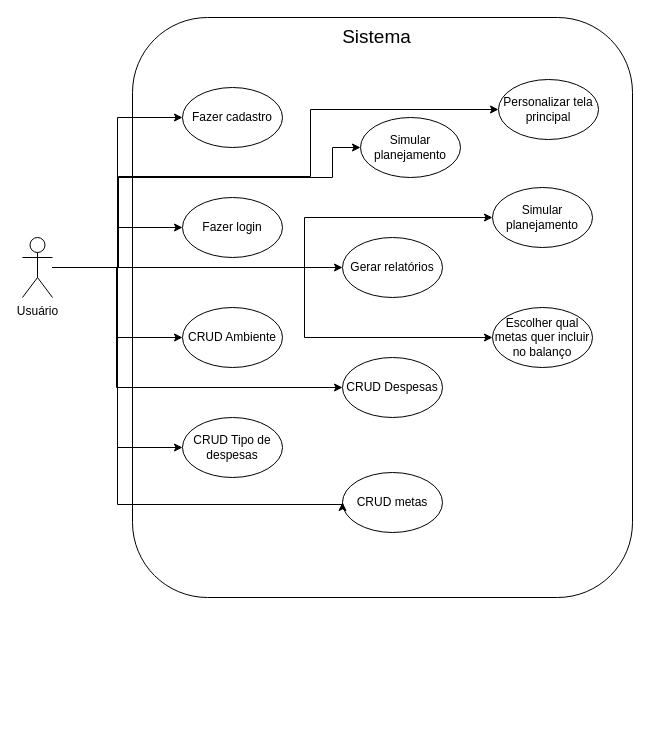
This is DiagramaCasoDeUso.drawio from JuliaSilvass/financial, a draw.io file, before an edit. Source tidied: cells renumbered, new cells numbered last; positions are measured from the earlier drawing's top-left corner, leaving out a move shared by most shapes. Both pictures are drawn from the tidied source at 100%, with x=0, y=0 at pixel (22, 17).
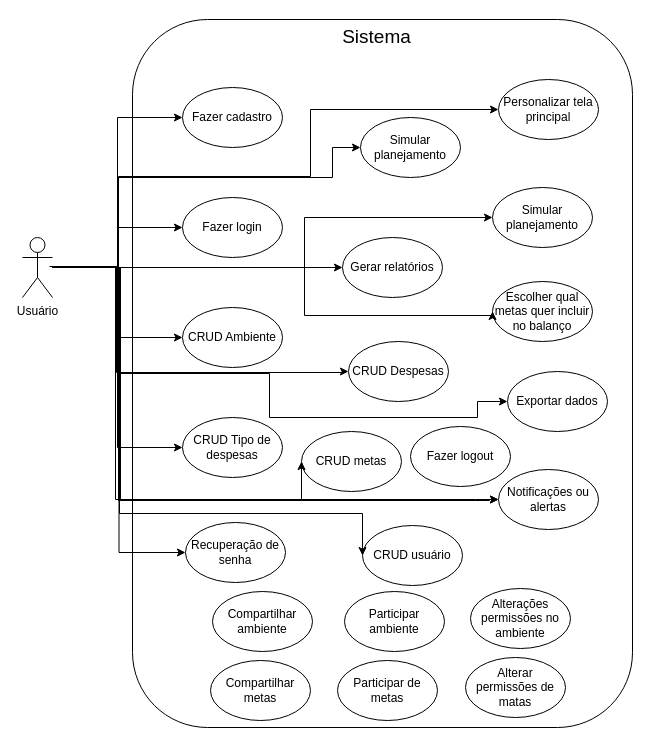
The same page after the edit.

Commit message:
docs: desenvolvimento do diagrama de caso de uso

The change refers to these unchanged cells:
```xml
<mxCell id="14" value="&lt;font style=&quot;color: rgb(0, 0, 0);&quot;&gt;Usuário&lt;/font&gt;" style="shape=umlActor;verticalLabelPosition=bottom;verticalAlign=top;html=1;fillColor=#FFFFFF;strokeColor=#000000;" parent="1" vertex="1">
  <mxGeometry y="220" width="30" height="60" as="geometry" />
</mxCell>
```

The edit, as a diff of the source:
```diff
@@
     <mxCell id="2" style="rounded=1;whiteSpace=wrap;html=1;fillColor=none;strokeColor=#000000;" parent="1" vertex="1">
-      <mxGeometry x="110" width="500" height="580" as="geometry" />
+      <mxGeometry x="110" y="2" width="500" height="708" as="geometry" />
     </mxCell>
@@
     <mxCell id="9" style="edgeStyle=orthogonalEdgeStyle;rounded=0;jettySize=auto;html=1;entryX=0;entryY=0.5;entryDx=0;entryDy=0;strokeColor=#000000;" parent="1" edge="1" source="14" target="20">
       <mxGeometry relative="1" as="geometry">
         <Array as="points">
           <mxPoint x="94" y="250" />
-          <mxPoint x="94" y="370" />
+          <mxPoint x="94" y="355" />
+          <mxPoint x="320" y="355" />
         </Array>
       </mxGeometry>
     </mxCell>
-    <mxCell id="10" style="edgeStyle=orthogonalEdgeStyle;rounded=0;jettySize=auto;html=1;entryX=0;entryY=0.5;entryDx=0;entryDy=0;strokeColor=#000000;" parent="1" edge="1" source="14" target="23">
-      <mxGeometry relative="1" as="geometry">
-        <Array as="points">
-          <mxPoint x="95" y="250" />
-          <mxPoint x="95" y="487" />
-          <mxPoint x="320" y="487" />
-        </Array>
-      </mxGeometry>
-    </mxCell>
     <mxCell id="11" style="edgeStyle=orthogonalEdgeStyle;rounded=0;jettySize=auto;html=1;entryX=0;entryY=0.5;entryDx=0;entryDy=0;strokeColor=#000000;" parent="1" edge="1" source="14" target="26">
       <mxGeometry relative="1" as="geometry">
         <Array as="points">
           <mxPoint x="282" y="250" />
-          <mxPoint x="282" y="320" />
+          <mxPoint x="282" y="298" />
+          <mxPoint x="470" y="298" />
         </Array>
       </mxGeometry>
     </mxCell>
@@
+    <mxCell id="27" style="edgeStyle=orthogonalEdgeStyle;rounded=0;jettySize=auto;html=1;entryX=0;entryY=0.5;entryDx=0;entryDy=0;strokeColor=#000000;" parent="1" edge="1" target="32">
+      <mxGeometry relative="1" as="geometry">
+        <mxPoint x="27" y="249" as="sourcePoint" />
+        <Array as="points">
+          <mxPoint x="95" y="249" />
+          <mxPoint x="95" y="356" />
+          <mxPoint x="247" y="356" />
+          <mxPoint x="247" y="400" />
+          <mxPoint x="455" y="400" />
+          <mxPoint x="455" y="384" />
+        </Array>
+      </mxGeometry>
+    </mxCell>
+    <mxCell id="28" style="edgeStyle=orthogonalEdgeStyle;rounded=0;jettySize=auto;html=1;entryX=0;entryY=0.5;entryDx=0;entryDy=0;strokeColor=#000000;" parent="1" edge="1" source="14" target="35">
+      <mxGeometry relative="1" as="geometry" />
+    </mxCell>
+    <mxCell id="10" style="edgeStyle=orthogonalEdgeStyle;rounded=0;jettySize=auto;html=1;entryX=0;entryY=0.5;entryDx=0;entryDy=0;strokeColor=#000000;" parent="1" edge="1" source="14" target="23">
+      <mxGeometry relative="1" as="geometry">
+        <Array as="points">
+          <mxPoint x="96" y="250" />
+          <mxPoint x="96" y="483" />
+          <mxPoint x="279" y="483" />
+        </Array>
+      </mxGeometry>
+    </mxCell>
+    <mxCell id="29" style="edgeStyle=orthogonalEdgeStyle;rounded=0;jettySize=auto;html=1;entryX=0;entryY=0.5;entryDx=0;entryDy=0;strokeColor=#000000;" parent="1" edge="1" source="14" target="33">
+      <mxGeometry relative="1" as="geometry">
+        <Array as="points">
+          <mxPoint x="97" y="250" />
+          <mxPoint x="97" y="496" />
+          <mxPoint x="340" y="496" />
+        </Array>
+      </mxGeometry>
+    </mxCell>
+    <mxCell id="30" style="edgeStyle=orthogonalEdgeStyle;rounded=0;jettySize=auto;html=1;entryX=0;entryY=0.5;entryDx=0;entryDy=0;" parent="1" edge="1" source="14" target="34">
+      <mxGeometry relative="1" as="geometry">
+        <Array as="points">
+          <mxPoint x="93" y="250" />
+          <mxPoint x="93" y="482" />
+          <mxPoint x="453" y="482" />
+        </Array>
+      </mxGeometry>
+    </mxCell>
+    <mxCell id="31" style="edgeStyle=orthogonalEdgeStyle;rounded=0;jettySize=auto;html=1;entryX=0;entryY=0.5;entryDx=0;entryDy=0;strokeColor=#000000;" parent="1" edge="1" source="14" target="34">
+      <mxGeometry relative="1" as="geometry">
+        <Array as="points">
+          <mxPoint x="98" y="250" />
+          <mxPoint x="98" y="483" />
+          <mxPoint x="467" y="483" />
+        </Array>
+      </mxGeometry>
+    </mxCell>
@@
     <mxCell id="20" value="&lt;font style=&quot;color: rgb(0, 0, 0);&quot;&gt;CRUD Despesas&lt;/font&gt;" style="ellipse;whiteSpace=wrap;html=1;fillColor=none;strokeColor=#000000;" parent="1" vertex="1">
-      <mxGeometry x="320" y="340" width="100" height="60" as="geometry" />
+      <mxGeometry x="326" y="324" width="100" height="60" as="geometry" />
     </mxCell>
@@
     <mxCell id="23" value="&lt;font color=&quot;#000000&quot;&gt;CRUD metas&lt;/font&gt;" style="ellipse;whiteSpace=wrap;html=1;fillColor=none;strokeColor=#000000;" parent="1" vertex="1">
-      <mxGeometry x="320" y="455" width="100" height="60" as="geometry" />
+      <mxGeometry x="279" y="414" width="100" height="60" as="geometry" />
     </mxCell>
@@
     <mxCell id="26" value="&lt;font color=&quot;#000000&quot;&gt;Escolher qual metas quer incluir no balanço&lt;/font&gt;" style="ellipse;whiteSpace=wrap;html=1;fillColor=none;strokeColor=#000000;" parent="1" vertex="1">
-      <mxGeometry x="470" y="290" width="100" height="60" as="geometry" />
+      <mxGeometry x="470" y="264" width="100" height="60" as="geometry" />
     </mxCell>
+    <mxCell id="32" value="&lt;font color=&quot;#000000&quot;&gt;Exportar dados&lt;/font&gt;" style="ellipse;whiteSpace=wrap;html=1;fillColor=none;strokeColor=#000000;" parent="1" vertex="1">
+      <mxGeometry x="485" y="354" width="100" height="60" as="geometry" />
+    </mxCell>
+    <mxCell id="33" value="&lt;font color=&quot;#000000&quot;&gt;CRUD usuário&lt;/font&gt;" style="ellipse;whiteSpace=wrap;html=1;fillColor=none;strokeColor=#000000;" parent="1" vertex="1">
+      <mxGeometry x="340" y="508" width="100" height="60" as="geometry" />
+    </mxCell>
+    <mxCell id="34" value="&lt;font color=&quot;#000000&quot;&gt;Notificações ou alertas&lt;/font&gt;" style="ellipse;whiteSpace=wrap;html=1;fillColor=none;strokeColor=#000000;" parent="1" vertex="1">
+      <mxGeometry x="476" y="452" width="100" height="60" as="geometry" />
+    </mxCell>
+    <mxCell id="35" value="&lt;font color=&quot;#000000&quot;&gt;Recuperação de senha&lt;/font&gt;" style="ellipse;whiteSpace=wrap;html=1;fillColor=none;strokeColor=#000000;" parent="1" vertex="1">
+      <mxGeometry x="163" y="505" width="100" height="60" as="geometry" />
+    </mxCell>
+    <mxCell id="36" value="&lt;font color=&quot;#000000&quot;&gt;Fazer logout&lt;/font&gt;" style="ellipse;whiteSpace=wrap;html=1;fillColor=none;strokeColor=#000000;" parent="1" vertex="1">
+      <mxGeometry x="388" y="409" width="100" height="60" as="geometry" />
+    </mxCell>
+    <mxCell id="37" value="&lt;font color=&quot;#000000&quot;&gt;Compartilhar ambiente&lt;/font&gt;" style="ellipse;whiteSpace=wrap;html=1;fillColor=none;strokeColor=#000000;" parent="1" vertex="1">
+      <mxGeometry x="190" y="574" width="100" height="60" as="geometry" />
+    </mxCell>
+    <mxCell id="38" value="&lt;font color=&quot;#000000&quot;&gt;Participar ambiente&lt;/font&gt;" style="ellipse;whiteSpace=wrap;html=1;fillColor=none;strokeColor=#000000;" parent="1" vertex="1">
+      <mxGeometry x="322" y="574" width="100" height="60" as="geometry" />
+    </mxCell>
+    <mxCell id="39" value="&lt;font color=&quot;#000000&quot;&gt;Alterações permissões no ambiente&lt;/font&gt;" style="ellipse;whiteSpace=wrap;html=1;fillColor=none;strokeColor=#000000;" parent="1" vertex="1">
+      <mxGeometry x="448" y="571" width="100" height="60" as="geometry" />
+    </mxCell>
+    <mxCell id="40" value="&lt;font color=&quot;#000000&quot;&gt;Compartilhar metas&lt;/font&gt;" style="ellipse;whiteSpace=wrap;html=1;fillColor=none;strokeColor=#000000;" parent="1" vertex="1">
+      <mxGeometry x="188" y="643" width="100" height="60" as="geometry" />
+    </mxCell>
+    <mxCell id="41" value="&lt;font color=&quot;#000000&quot;&gt;Alterar permissões de matas&lt;/font&gt;" style="ellipse;whiteSpace=wrap;html=1;fillColor=none;strokeColor=#000000;" parent="1" vertex="1">
+      <mxGeometry x="443" y="640" width="100" height="60" as="geometry" />
+    </mxCell>
+    <mxCell id="42" value="&lt;font color=&quot;#000000&quot;&gt;Participar de metas&lt;/font&gt;" style="ellipse;whiteSpace=wrap;html=1;fillColor=none;strokeColor=#000000;" parent="1" vertex="1">
+      <mxGeometry x="315" y="643" width="100" height="60" as="geometry" />
+    </mxCell>
```
